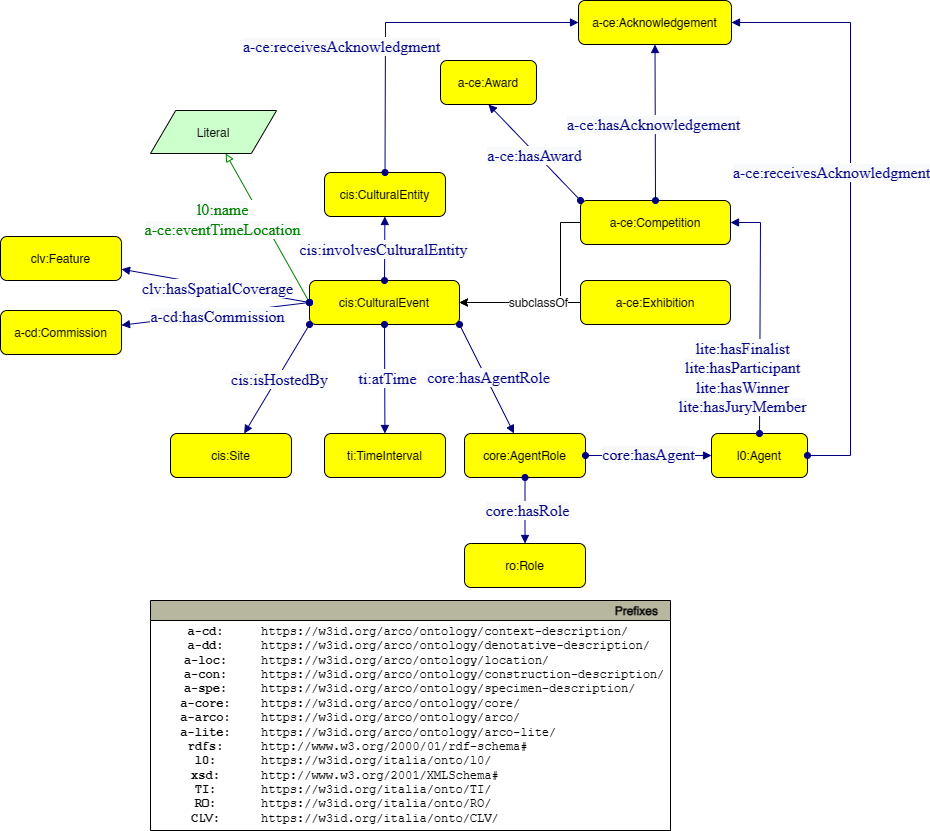
ICCD-MiBACT/ArCo keeps this draw.io diagram as ArCo-release/test/2.0/CulturalEvent/CulturalEvent-Pattern.drawio.png. Above is the earlier version. Source tidied: cells renumbered, new cells last; positions are measured from the earlier drawing's top-left corner, leaving out a move shared by most shapes. Source of this version:
```xml
<mxGraphModel>
  <root>
    <mxCell id="0" />
    <mxCell id="1" parent="0" />
    <mxCell id="2" value="cis:CulturalEvent" style="graphMlID=n4;shape=rect;rounded=1;arcsize=30;fillColor=#ffff00;strokeColor=#000000;strokeWidth=1.0;" parent="1" vertex="1">
      <mxGeometry x="309" y="300" width="150" height="44" as="geometry" />
    </mxCell>
    <mxCell id="3" value="a-ce:Exhibition" style="graphMlID=n4;shape=rect;rounded=1;arcsize=30;fillColor=#ffff00;strokeColor=#000000;strokeWidth=1.0;" parent="1" vertex="1">
      <mxGeometry x="580" y="300" width="150" height="44" as="geometry" />
    </mxCell>
    <mxCell id="4" style="endArrow=classic;html=1;textDirection=ltr;rounded=0;exitX=0;exitY=0.5;exitDx=0;exitDy=0;entryX=1;entryY=0.5;entryDx=0;entryDy=0;" parent="1" edge="1" source="3" target="2">
      <mxGeometry relative="1" as="geometry" />
    </mxCell>
    <mxCell id="5" style="graphMlID=e2;rounded=0;endArrow=block;strokeColor=#008000;strokeWidth=1.0;startArrow=oval;startFill=0;endFill=0;exitX=0;exitY=0.5;exitDx=0;exitDy=0;" parent="1" edge="1" source="2" target="7">
      <mxGeometry relative="1" as="geometry" />
    </mxCell>
    <mxCell id="6" value="&lt;span style=&quot;color: rgb(0 , 128 , 0) ; font-family: &amp;quot;dialog&amp;quot; ; font-size: 16px ; background-color: rgb(248 , 249 , 250)&quot;&gt;l0:name&lt;br&gt;a-ce:eventTimeLocation&lt;br&gt;&lt;/span&gt;" style="text;html=1;align=center;verticalAlign=middle;labelBackgroundColor=#ffffff;" parent="5" vertex="1">
      <mxGeometry x="-0.09" y="3" relative="1" as="geometry">
        <mxPoint x="-47" y="-17" as="offset" />
      </mxGeometry>
    </mxCell>
    <mxCell id="7" value="Literal" style="graphMlID=n6;shape=parallelogram;fillColor=#ccffcc;strokeColor=#000000;strokeWidth=1.0;" parent="1" vertex="1">
      <mxGeometry x="150" y="130" width="126.1" height="43" as="geometry" />
    </mxCell>
    <mxCell id="8" style="graphMlID=e0;rounded=0;endArrow=block;strokeColor=#000080;strokeWidth=1.0;startArrow=oval;startFill=1;endFill=1;exitX=0.5;exitY=0;exitDx=0;exitDy=0;" parent="1" edge="1" source="2" target="10">
      <mxGeometry relative="1" as="geometry" />
    </mxCell>
    <mxCell id="9" value="&lt;font face=&quot;dialog&quot; color=&quot;#000080&quot;&gt;&lt;span style=&quot;font-size: 16px; background-color: rgb(248, 249, 250);&quot;&gt;cis:involvesCulturalEntity&lt;/span&gt;&lt;/font&gt;" style="text;html=1;align=center;verticalAlign=middle;labelBackgroundColor=#ffffff;" parent="8" vertex="1">
      <mxGeometry x="-0.02" y="2" relative="1" as="geometry" />
    </mxCell>
    <mxCell id="10" value="cis:CulturalEntity" style="graphMlID=n4;shape=rect;rounded=1;arcsize=30;fillColor=#ffff00;strokeColor=#000000;strokeWidth=1.0;" parent="1" vertex="1">
      <mxGeometry x="324" y="192" width="121" height="44" as="geometry" />
    </mxCell>
    <mxCell id="11" style="graphMlID=e0;rounded=0;endArrow=block;strokeColor=#000080;strokeWidth=1.0;startArrow=oval;startFill=1;endFill=1;exitX=0.5;exitY=1;exitDx=0;exitDy=0;" parent="1" edge="1" source="2" target="13">
      <mxGeometry relative="1" as="geometry" />
    </mxCell>
    <mxCell id="12" value="&lt;font face=&quot;dialog&quot; color=&quot;#000080&quot;&gt;&lt;span style=&quot;font-size: 16px; background-color: rgb(248, 249, 250);&quot;&gt;ti:atTime&lt;/span&gt;&lt;/font&gt;" style="text;html=1;align=center;verticalAlign=middle;labelBackgroundColor=#ffffff;" parent="11" vertex="1">
      <mxGeometry x="-0.02" y="2" relative="1" as="geometry" />
    </mxCell>
    <mxCell id="13" value="ti:TimeInterval" style="graphMlID=n4;shape=rect;rounded=1;arcsize=30;fillColor=#ffff00;strokeColor=#000000;strokeWidth=1.0;" parent="1" vertex="1">
      <mxGeometry x="324" y="453" width="121" height="44" as="geometry" />
    </mxCell>
    <mxCell id="14" style="graphMlID=e0;rounded=0;endArrow=block;strokeColor=#000080;strokeWidth=1.0;startArrow=oval;startFill=1;endFill=1;exitX=1;exitY=1;exitDx=0;exitDy=0;" parent="1" edge="1" source="2" target="16">
      <mxGeometry relative="1" as="geometry" />
    </mxCell>
    <mxCell id="15" value="&lt;font face=&quot;dialog&quot; color=&quot;#000080&quot;&gt;&lt;span style=&quot;font-size: 16px; background-color: rgb(248, 249, 250);&quot;&gt;core:hasAgentRole&lt;/span&gt;&lt;/font&gt;" style="text;html=1;align=center;verticalAlign=middle;labelBackgroundColor=#ffffff;" parent="14" vertex="1">
      <mxGeometry x="-0.02" y="2" relative="1" as="geometry" />
    </mxCell>
    <mxCell id="16" value="core:AgentRole" style="graphMlID=n4;shape=rect;rounded=1;arcsize=30;fillColor=#ffff00;strokeColor=#000000;strokeWidth=1.0;" parent="1" vertex="1">
      <mxGeometry x="464" y="453" width="121" height="44" as="geometry" />
    </mxCell>
    <mxCell id="17" style="graphMlID=e0;rounded=0;endArrow=block;strokeColor=#000080;strokeWidth=1.0;startArrow=oval;startFill=1;endFill=1;exitX=1;exitY=0.5;exitDx=0;exitDy=0;entryX=0;entryY=0.5;entryDx=0;entryDy=0;" parent="1" edge="1" source="16" target="19">
      <mxGeometry relative="1" as="geometry" />
    </mxCell>
    <mxCell id="18" value="&lt;font face=&quot;dialog&quot; color=&quot;#000080&quot;&gt;&lt;span style=&quot;font-size: 16px; background-color: rgb(248, 249, 250);&quot;&gt;core:hasAgent&lt;/span&gt;&lt;/font&gt;" style="text;html=1;align=center;verticalAlign=middle;labelBackgroundColor=#ffffff;" parent="17" vertex="1">
      <mxGeometry x="-0.02" y="2" relative="1" as="geometry" />
    </mxCell>
    <mxCell id="19" value="l0:Agent" style="graphMlID=n4;shape=rect;rounded=1;arcsize=30;fillColor=#ffff00;strokeColor=#000000;strokeWidth=1.0;" parent="1" vertex="1">
      <mxGeometry x="711" y="453" width="96" height="44" as="geometry" />
    </mxCell>
    <mxCell id="20" style="graphMlID=e0;rounded=0;endArrow=block;strokeColor=#000080;strokeWidth=1.0;startArrow=oval;startFill=1;endFill=1;exitX=0.5;exitY=1;exitDx=0;exitDy=0;" parent="1" edge="1" source="16" target="22">
      <mxGeometry relative="1" as="geometry" />
    </mxCell>
    <mxCell id="21" value="&lt;font face=&quot;dialog&quot; color=&quot;#000080&quot;&gt;&lt;span style=&quot;font-size: 16px; background-color: rgb(248, 249, 250);&quot;&gt;core:hasRole&lt;/span&gt;&lt;/font&gt;" style="text;html=1;align=center;verticalAlign=middle;labelBackgroundColor=#ffffff;" parent="20" vertex="1">
      <mxGeometry x="-0.02" y="2" relative="1" as="geometry" />
    </mxCell>
    <mxCell id="22" value="ro:Role" style="graphMlID=n4;shape=rect;rounded=1;arcsize=30;fillColor=#ffff00;strokeColor=#000000;strokeWidth=1.0;" parent="1" vertex="1">
      <mxGeometry x="464" y="563" width="121" height="44" as="geometry" />
    </mxCell>
    <mxCell id="23" style="graphMlID=e0;rounded=0;endArrow=block;strokeColor=#000080;strokeWidth=1.0;startArrow=oval;startFill=1;endFill=1;exitX=0;exitY=1;exitDx=0;exitDy=0;" parent="1" edge="1" source="2" target="25">
      <mxGeometry relative="1" as="geometry" />
    </mxCell>
    <mxCell id="24" value="&lt;font face=&quot;dialog&quot; color=&quot;#000080&quot;&gt;&lt;span style=&quot;font-size: 16px; background-color: rgb(248, 249, 250);&quot;&gt;cis:isHostedBy&lt;br&gt;&lt;/span&gt;&lt;/font&gt;" style="text;html=1;align=center;verticalAlign=middle;labelBackgroundColor=#ffffff;" parent="23" vertex="1">
      <mxGeometry x="-0.02" y="2" relative="1" as="geometry" />
    </mxCell>
    <mxCell id="25" value="cis:Site" style="graphMlID=n4;shape=rect;rounded=1;arcsize=30;fillColor=#ffff00;strokeColor=#000000;strokeWidth=1.0;" parent="1" vertex="1">
      <mxGeometry x="170" y="453" width="121" height="44" as="geometry" />
    </mxCell>
    <mxCell id="26" style="graphMlID=e0;rounded=0;endArrow=block;strokeColor=#000080;strokeWidth=1.0;startArrow=oval;startFill=1;endFill=1;exitX=0;exitY=0.5;exitDx=0;exitDy=0;" parent="1" edge="1" source="2" target="28">
      <mxGeometry relative="1" as="geometry" />
    </mxCell>
    <mxCell id="27" value="&lt;font face=&quot;dialog&quot; color=&quot;#000080&quot;&gt;&lt;span style=&quot;font-size: 16px; background-color: rgb(248, 249, 250);&quot;&gt;clv:hasSpatialCoverage&lt;br&gt;&lt;/span&gt;&lt;/font&gt;" style="text;html=1;align=center;verticalAlign=middle;labelBackgroundColor=#ffffff;" parent="26" vertex="1">
      <mxGeometry x="-0.02" y="2" relative="1" as="geometry" />
    </mxCell>
    <mxCell id="28" value="clv:Feature" style="graphMlID=n4;shape=rect;rounded=1;arcsize=30;fillColor=#ffff00;strokeColor=#000000;strokeWidth=1.0;" parent="1" vertex="1">
      <mxGeometry y="256" width="121" height="44" as="geometry" />
    </mxCell>
    <mxCell id="29" value="a-ce:Competition" style="graphMlID=n4;shape=rect;rounded=1;arcsize=30;fillColor=#ffff00;strokeColor=#000000;strokeWidth=1.0;" parent="1" vertex="1">
      <mxGeometry x="580" y="220" width="150" height="44" as="geometry" />
    </mxCell>
    <mxCell id="30" style="endArrow=classic;html=1;textDirection=ltr;rounded=0;exitX=0;exitY=0.5;exitDx=0;exitDy=0;entryX=1;entryY=0.5;entryDx=0;entryDy=0;" parent="1" edge="1" source="29" target="2">
      <mxGeometry relative="1" as="geometry">
        <Array as="points">
          <mxPoint x="560" y="242" />
          <mxPoint x="560" y="322" />
        </Array>
      </mxGeometry>
    </mxCell>
    <mxCell id="31" value="subclassOf" style="text;html=1;align=center;verticalAlign=middle;labelBackgroundColor=#ffffff;rotation=0;" parent="30" vertex="1">
      <mxGeometry x="-0.22" relative="1" as="geometry">
        <mxPoint x="-23" y="22" as="offset" />
      </mxGeometry>
    </mxCell>
    <mxCell id="32" value="a-cd:hasCommission&lt;br&gt;&lt;br&gt;hasFinalist&lt;br&gt;hasParticipant&lt;br&gt;hasJuryMember&lt;br&gt;hasWinner in lite" style="text;html=1;align=center;verticalAlign=middle;strokeColor=none;fillColor=none;" parent="1" vertex="1">
      <mxGeometry x="93.1" width="140" height="100" as="geometry" />
    </mxCell>
    <mxCell id="33" style="graphMlID=e0;rounded=0;endArrow=block;strokeColor=#000080;strokeWidth=1.0;startArrow=oval;startFill=1;endFill=1;exitX=0;exitY=0;exitDx=0;exitDy=0;entryX=0.5;entryY=1;entryDx=0;entryDy=0;" parent="1" edge="1" source="29" target="35">
      <mxGeometry relative="1" as="geometry" />
    </mxCell>
    <mxCell id="34" value="&lt;font face=&quot;dialog&quot; color=&quot;#000080&quot;&gt;&lt;span style=&quot;font-size: 16px; background-color: rgb(248, 249, 250);&quot;&gt;a-ce:hasAward&lt;/span&gt;&lt;/font&gt;" style="text;html=1;align=center;verticalAlign=middle;labelBackgroundColor=#ffffff;" parent="33" vertex="1">
      <mxGeometry x="-0.02" y="2" relative="1" as="geometry" />
    </mxCell>
    <mxCell id="35" value="a-ce:Award" style="graphMlID=n4;shape=rect;rounded=1;arcsize=30;fillColor=#ffff00;strokeColor=#000000;strokeWidth=1.0;" parent="1" vertex="1">
      <mxGeometry x="440" y="80" width="96" height="44" as="geometry" />
    </mxCell>
    <mxCell id="36" style="graphMlID=e0;rounded=0;endArrow=block;strokeColor=#000080;strokeWidth=1.0;startArrow=oval;startFill=1;endFill=1;exitX=0.5;exitY=0;exitDx=0;exitDy=0;entryX=1;entryY=0.5;entryDx=0;entryDy=0;" parent="1" edge="1" source="19" target="29">
      <mxGeometry relative="1" as="geometry">
        <Array as="points">
          <mxPoint x="760" y="242" />
        </Array>
      </mxGeometry>
    </mxCell>
    <mxCell id="37" value="&lt;font face=&quot;dialog&quot; color=&quot;#000080&quot;&gt;&lt;span style=&quot;font-size: 16px; background-color: rgb(248, 249, 250);&quot;&gt;lite:hasFinalist&lt;br&gt;lite:hasParticipant&lt;br&gt;lite:hasWinner&lt;br&gt;lite:hasJuryMember&lt;br&gt;&lt;/span&gt;&lt;/font&gt;" style="text;html=1;align=center;verticalAlign=middle;labelBackgroundColor=#ffffff;" parent="36" vertex="1">
      <mxGeometry x="-0.02" y="2" relative="1" as="geometry">
        <mxPoint x="-16" y="62" as="offset" />
      </mxGeometry>
    </mxCell>
    <mxCell id="38" style="graphMlID=e0;rounded=0;endArrow=block;strokeColor=#000080;strokeWidth=1.0;startArrow=oval;startFill=1;endFill=1;exitX=0.5;exitY=0;exitDx=0;exitDy=0;entryX=0.5;entryY=1;entryDx=0;entryDy=0;" parent="1" edge="1" source="29" target="40">
      <mxGeometry relative="1" as="geometry" />
    </mxCell>
    <mxCell id="39" value="&lt;font face=&quot;dialog&quot; color=&quot;#000080&quot;&gt;&lt;span style=&quot;font-size: 16px; background-color: rgb(248, 249, 250);&quot;&gt;a-ce:hasAcknowledgement&lt;/span&gt;&lt;/font&gt;" style="text;html=1;align=center;verticalAlign=middle;labelBackgroundColor=#ffffff;" parent="38" vertex="1">
      <mxGeometry x="-0.02" y="2" relative="1" as="geometry" />
    </mxCell>
    <mxCell id="40" value="a-ce:Acknowledgement" style="graphMlID=n4;shape=rect;rounded=1;arcsize=30;fillColor=#ffff00;strokeColor=#000000;strokeWidth=1.0;" parent="1" vertex="1">
      <mxGeometry x="578" width="153" height="44" as="geometry" />
    </mxCell>
    <mxCell id="41" style="graphMlID=e0;rounded=0;endArrow=block;strokeColor=#000080;strokeWidth=1.0;startArrow=oval;startFill=1;endFill=1;exitX=1;exitY=0.5;exitDx=0;exitDy=0;entryX=1;entryY=0.5;entryDx=0;entryDy=0;" parent="1" edge="1" source="19" target="40">
      <mxGeometry relative="1" as="geometry">
        <Array as="points">
          <mxPoint x="850" y="475" />
          <mxPoint x="850" y="22" />
        </Array>
      </mxGeometry>
    </mxCell>
    <mxCell id="42" value="&lt;font face=&quot;dialog&quot; color=&quot;#000080&quot;&gt;&lt;span style=&quot;font-size: 16px; background-color: rgb(248, 249, 250);&quot;&gt;a-ce:receivesAcknowledgment&lt;br&gt;&lt;/span&gt;&lt;/font&gt;" style="text;html=1;align=center;verticalAlign=middle;labelBackgroundColor=#ffffff;" parent="41" vertex="1">
      <mxGeometry x="-0.02" y="2" relative="1" as="geometry">
        <mxPoint x="-18" y="-13" as="offset" />
      </mxGeometry>
    </mxCell>
    <mxCell id="43" style="graphMlID=e0;rounded=0;endArrow=block;strokeColor=#000080;strokeWidth=1.0;startArrow=oval;startFill=1;endFill=1;exitX=0.5;exitY=0;exitDx=0;exitDy=0;entryX=0;entryY=0.5;entryDx=0;entryDy=0;" parent="1" edge="1" source="10" target="40">
      <mxGeometry relative="1" as="geometry">
        <Array as="points">
          <mxPoint x="385" y="22" />
        </Array>
      </mxGeometry>
    </mxCell>
    <mxCell id="44" value="&lt;span style=&quot;color: rgb(0, 0, 128); font-family: dialog; font-size: 16px; background-color: rgb(248, 249, 250);&quot;&gt;a-ce:receivesAcknowledgment&lt;/span&gt;" style="text;html=1;align=center;verticalAlign=middle;labelBackgroundColor=#ffffff;" parent="43" vertex="1">
      <mxGeometry x="-0.02" y="2" relative="1" as="geometry" />
    </mxCell>
  </root>
</mxGraphModel>
```
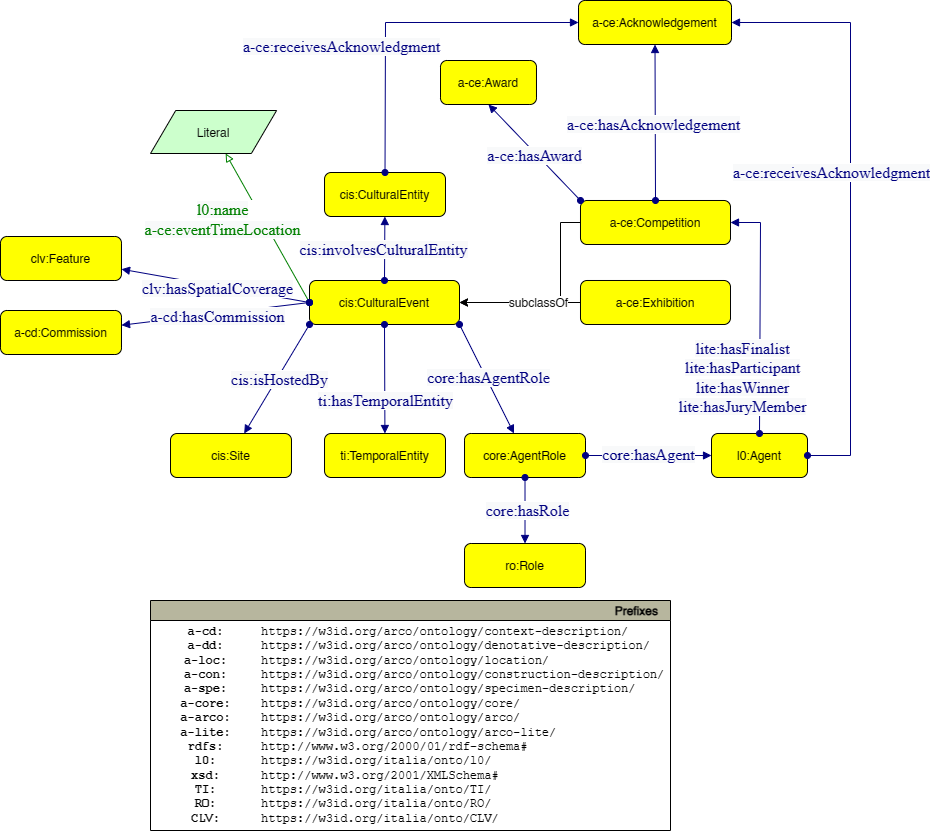
After the change.

The edit, as a diff of the source:
```diff
@@ -34,10 +34,12 @@
     <mxCell id="11" style="graphMlID=e0;rounded=0;endArrow=block;strokeColor=#000080;strokeWidth=1.0;startArrow=oval;startFill=1;endFill=1;exitX=0.5;exitY=1;exitDx=0;exitDy=0;" parent="1" edge="1" source="2" target="13">
       <mxGeometry relative="1" as="geometry" />
     </mxCell>
-    <mxCell id="12" value="&lt;font face=&quot;dialog&quot; color=&quot;#000080&quot;&gt;&lt;span style=&quot;font-size: 16px; background-color: rgb(248, 249, 250);&quot;&gt;ti:atTime&lt;/span&gt;&lt;/font&gt;" style="text;html=1;align=center;verticalAlign=middle;labelBackgroundColor=#ffffff;" parent="11" vertex="1">
-      <mxGeometry x="-0.02" y="2" relative="1" as="geometry" />
+    <mxCell id="12" value="&lt;font face=&quot;dialog&quot; color=&quot;#000080&quot;&gt;&lt;span style=&quot;font-size: 16px; background-color: rgb(248, 249, 250);&quot;&gt;ti:hasTemporalEntity&lt;/span&gt;&lt;/font&gt;" style="text;html=1;align=center;verticalAlign=middle;labelBackgroundColor=#ffffff;" parent="11" vertex="1">
+      <mxGeometry x="-0.02" y="2" relative="1" as="geometry">
+        <mxPoint x="-2" y="22" as="offset" />
+      </mxGeometry>
     </mxCell>
-    <mxCell id="13" value="ti:TimeInterval" style="graphMlID=n4;shape=rect;rounded=1;arcsize=30;fillColor=#ffff00;strokeColor=#000000;strokeWidth=1.0;" parent="1" vertex="1">
+    <mxCell id="13" value="ti:TemporalEntity" style="graphMlID=n4;shape=rect;rounded=1;arcsize=30;fillColor=#ffff00;strokeColor=#000000;strokeWidth=1.0;" parent="1" vertex="1">
       <mxGeometry x="324" y="453" width="121" height="44" as="geometry" />
     </mxCell>
     <mxCell id="14" style="graphMlID=e0;rounded=0;endArrow=block;strokeColor=#000080;strokeWidth=1.0;startArrow=oval;startFill=1;endFill=1;exitX=1;exitY=1;exitDx=0;exitDy=0;" parent="1" edge="1" source="2" target="16">
```
